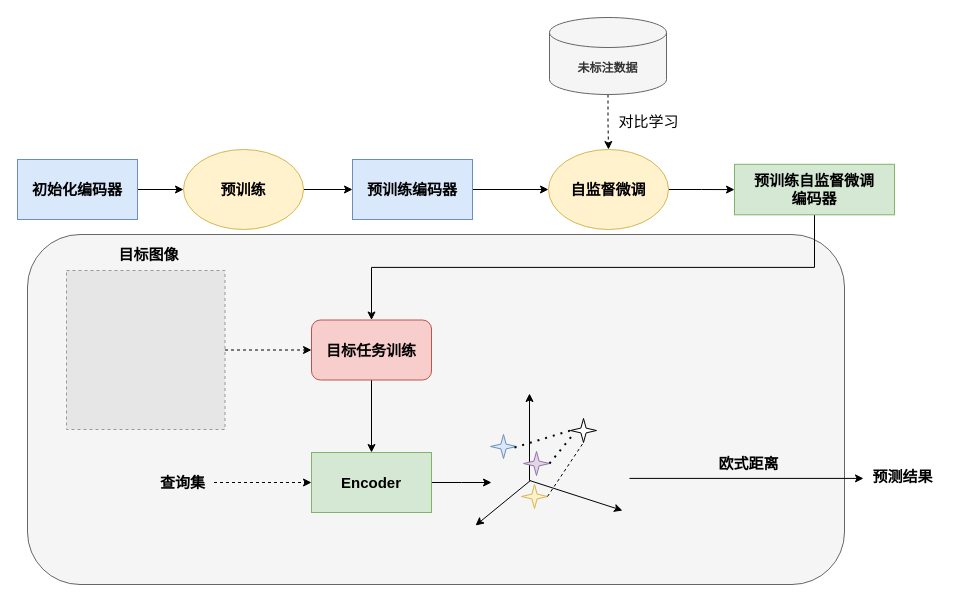
This is 自监督调参预训练网络.drawio from JMYok/wx_crossLearn, a draw.io file, before an edit. Source tidied: cells renumbered, new cells numbered last; positions are measured from the earlier drawing's top-left corner, leaving out a move shared by most shapes. Both pictures are drawn from the tidied source at 100%, with x=0, y=0 at pixel (17, 17). Pictures stored in the file or linked from it are replaced by grey dashed boxes.
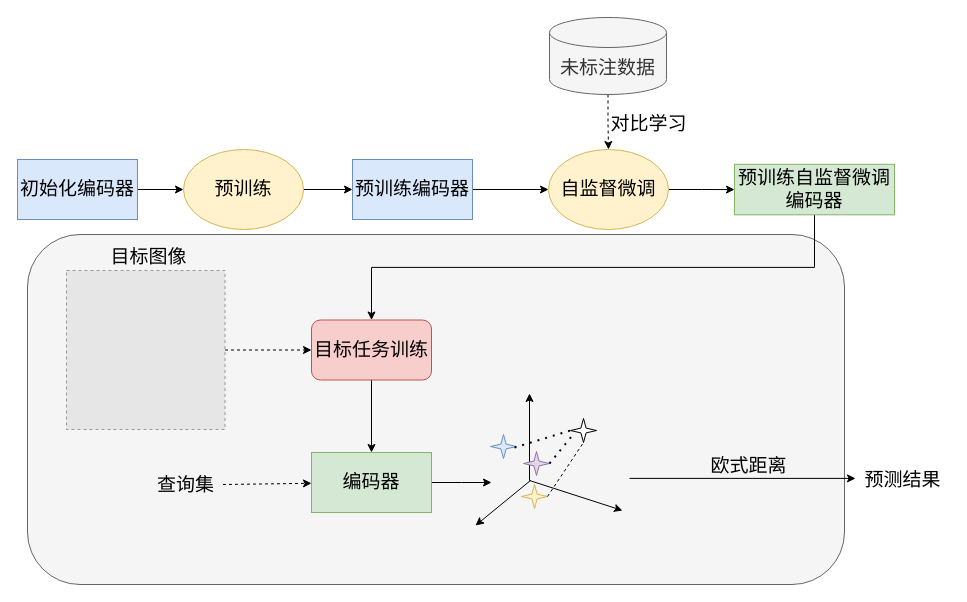
The same page after the edit.

Commit message:
Update 自监督调参预训练网络.drawio

What changed in the source:
```diff
@@
-    <mxCell id="4" value="&lt;b&gt;&lt;font style=&quot;font-size: 15px;&quot;&gt;初始化编码器&lt;/font&gt;&lt;/b&gt;" style="rounded=0;whiteSpace=wrap;html=1;fillColor=#dae8fc;strokeColor=#6c8ebf;" parent="1" vertex="1">
+    <mxCell id="4" value="&lt;span&gt;&lt;font&gt;初始化编码器&lt;/font&gt;&lt;/span&gt;" style="rounded=0;whiteSpace=wrap;html=1;fillColor=#dae8fc;strokeColor=#6c8ebf;fontStyle=0;fontFamily=SimSun;fontSize=19;" parent="1" vertex="1">
       <mxGeometry y="142" width="120" height="60" as="geometry" />
     </mxCell>
@@
-    <mxCell id="6" value="&lt;font style=&quot;font-size: 15px;&quot;&gt;&lt;b&gt;预训练&lt;/b&gt;&lt;/font&gt;" style="ellipse;whiteSpace=wrap;html=1;fillColor=#fff2cc;strokeColor=#d6b656;" parent="1" vertex="1">
+    <mxCell id="6" value="&lt;font&gt;&lt;span&gt;预训练&lt;/span&gt;&lt;/font&gt;" style="ellipse;whiteSpace=wrap;html=1;fillColor=#fff2cc;strokeColor=#d6b656;fontFamily=SimSun;fontSize=19;fontStyle=0;" parent="1" vertex="1">
       <mxGeometry x="166" y="132" width="120" height="80" as="geometry" />
     </mxCell>
@@
-    <mxCell id="8" value="&lt;b style=&quot;border-color: var(--border-color);&quot;&gt;&lt;font style=&quot;border-color: var(--border-color); font-size: 15px;&quot;&gt;预训练编码器&lt;/font&gt;&lt;/b&gt;" style="whiteSpace=wrap;html=1;fillColor=#dae8fc;strokeColor=#6c8ebf;" parent="1" vertex="1">
+    <mxCell id="8" value="&lt;span style=&quot;border-color: var(--border-color);&quot;&gt;&lt;font style=&quot;border-color: var(--border-color);&quot;&gt;预训练编码器&lt;/font&gt;&lt;/span&gt;" style="whiteSpace=wrap;html=1;fillColor=#dae8fc;strokeColor=#6c8ebf;fontStyle=0;fontSize=19;fontFamily=SimSun;" parent="1" vertex="1">
       <mxGeometry x="335" y="142" width="120" height="60" as="geometry" />
     </mxCell>
@@
-    <mxCell id="10" value="&lt;font style=&quot;font-size: 15px;&quot;&gt;&lt;b&gt;自监督微调&lt;/b&gt;&lt;/font&gt;" style="ellipse;whiteSpace=wrap;html=1;fillColor=#fff2cc;strokeColor=#d6b656;" parent="1" vertex="1">
+    <mxCell id="10" value="&lt;font&gt;&lt;span&gt;自监督微调&lt;/span&gt;&lt;/font&gt;" style="ellipse;whiteSpace=wrap;html=1;fillColor=#fff2cc;strokeColor=#d6b656;fontSize=19;fontFamily=SimSun;fontStyle=0;" parent="1" vertex="1">
       <mxGeometry x="531" y="132" width="120" height="80" as="geometry" />
     </mxCell>
@@
-    <mxCell id="12" value="&lt;b&gt;未标注数据&lt;/b&gt;" style="shape=cylinder3;whiteSpace=wrap;html=1;boundedLbl=1;backgroundOutline=1;size=15;fillColor=#f5f5f5;fontColor=#333333;strokeColor=#666666;" parent="1" vertex="1">
+    <mxCell id="12" value="&lt;span&gt;未标注数据&lt;/span&gt;" style="shape=cylinder3;whiteSpace=wrap;html=1;boundedLbl=1;backgroundOutline=1;size=15;fillColor=#f5f5f5;fontColor=#333333;strokeColor=#666666;fontSize=19;fontStyle=0;fontFamily=SimSun;" parent="1" vertex="1">
       <mxGeometry x="532" width="117" height="77" as="geometry" />
     </mxCell>
-    <mxCell id="13" value="&lt;span style=&quot;font-size: 15px;&quot;&gt;对比学习&lt;/span&gt;" style="text;html=1;align=center;verticalAlign=middle;strokeColor=none;fillColor=none;dashed=1;" parent="1" vertex="1">
-      <mxGeometry x="592" y="89" width="78" height="30" as="geometry" />
+    <mxCell id="13" value="&lt;span&gt;对比学习&lt;/span&gt;" style="text;html=1;align=center;verticalAlign=middle;strokeColor=none;fillColor=none;dashed=1;fontSize=19;fontFamily=SimSun;" parent="1" vertex="1">
+      <mxGeometry x="584" y="89" width="94" height="35" as="geometry" />
     </mxCell>
@@
-    <mxCell id="15" value="&lt;span style=&quot;font-size: 15px;&quot;&gt;&lt;b&gt;预训练自监督微调&lt;/b&gt;&lt;/span&gt;&lt;div&gt;&lt;span style=&quot;font-size: 15px;&quot;&gt;&lt;b&gt;编码器&lt;/b&gt;&lt;/span&gt;&lt;/div&gt;" style="whiteSpace=wrap;html=1;fillColor=#d5e8d4;strokeColor=#82b366;" parent="1" vertex="1">
+    <mxCell id="15" value="&lt;span&gt;&lt;span&gt;预训练自监督微调&lt;/span&gt;&lt;/span&gt;&lt;div&gt;&lt;span&gt;&lt;span&gt;编码器&lt;/span&gt;&lt;/span&gt;&lt;/div&gt;" style="whiteSpace=wrap;html=1;fillColor=#d5e8d4;strokeColor=#82b366;fontFamily=SimSun;fontSize=19;fontStyle=0;" parent="1" vertex="1">
       <mxGeometry x="717" y="146.8" width="160" height="50.5" as="geometry" />
     </mxCell>
@@
-    <mxCell id="19" value="&lt;b&gt;&lt;font style=&quot;font-size: 15px;&quot;&gt;目标任务训练&lt;/font&gt;&lt;/b&gt;" style="rounded=1;whiteSpace=wrap;html=1;fillColor=#f8cecc;strokeColor=#b85450;" parent="1" vertex="1">
+    <mxCell id="19" value="&lt;span&gt;&lt;font&gt;目标任务训练&lt;/font&gt;&lt;/span&gt;" style="rounded=1;whiteSpace=wrap;html=1;fillColor=#f8cecc;strokeColor=#b85450;fontSize=19;fontFamily=SimSun;fontStyle=0;" parent="1" vertex="1">
       <mxGeometry x="294" y="302.5" width="120" height="60" as="geometry" />
     </mxCell>
-    <mxCell id="20" value="&lt;b&gt;&lt;font style=&quot;font-size: 15px;&quot;&gt;目标图像&lt;/font&gt;&lt;/b&gt;" style="text;html=1;align=center;verticalAlign=middle;strokeColor=none;fillColor=none;" parent="1" vertex="1">
-      <mxGeometry x="92" y="222" width="78" height="30" as="geometry" />
+    <mxCell id="20" value="&lt;span&gt;&lt;font&gt;目标图像&lt;/font&gt;&lt;/span&gt;" style="text;html=1;align=center;verticalAlign=middle;strokeColor=none;fillColor=none;fontSize=19;fontFamily=SimSun;fontStyle=0;" parent="1" vertex="1">
+      <mxGeometry x="84" y="222" width="94" height="35" as="geometry" />
     </mxCell>
@@
-    <mxCell id="22" value="&lt;b style=&quot;border-color: var(--border-color);&quot;&gt;&lt;font style=&quot;border-color: var(--border-color); font-size: 15px;&quot;&gt;Encoder&lt;/font&gt;&lt;/b&gt;" style="whiteSpace=wrap;html=1;fillColor=#d5e8d4;strokeColor=#82b366;" parent="1" vertex="1">
+    <mxCell id="22" value="&lt;span&gt;&lt;span&gt;编码器&lt;/span&gt;&lt;/span&gt;" style="whiteSpace=wrap;html=1;fillColor=#d5e8d4;strokeColor=#82b366;fontStyle=0;fontFamily=SimSun;fontSize=19;" parent="1" vertex="1">
       <mxGeometry x="294" y="435" width="120" height="60" as="geometry" />
     </mxCell>
-    <mxCell id="23" style="edgeStyle=orthogonalEdgeStyle;rounded=0;jettySize=auto;html=1;dashed=1;" parent="1" edge="1" source="24" target="22">
+    <mxCell id="23" style="rounded=0;jettySize=auto;html=1;dashed=1;" parent="1" edge="1" source="24" target="22">
       <mxGeometry relative="1" as="geometry" />
     </mxCell>
-    <mxCell id="24" value="&lt;b&gt;&lt;font style=&quot;font-size: 15px;&quot;&gt;查询集&lt;/font&gt;&lt;/b&gt;" style="text;html=1;align=center;verticalAlign=middle;points=[];strokeColor=none;fillColor=none;" parent="1" vertex="1">
-      <mxGeometry x="133.5" y="450" width="63" height="30" as="geometry" />
+    <mxCell id="24" value="&lt;span&gt;&lt;font&gt;查询集&lt;/font&gt;&lt;/span&gt;" style="text;html=1;align=center;verticalAlign=middle;points=[];strokeColor=none;fillColor=none;fontStyle=0;fontSize=19;fontFamily=SimSun;" parent="1" vertex="1">
+      <mxGeometry x="130.5" y="450" width="75" height="35" as="geometry" />
     </mxCell>
-    <mxCell id="25" value="&lt;font style=&quot;font-size: 15px;&quot;&gt;&lt;b&gt;预测结果&lt;/b&gt;&lt;/font&gt;" style="text;html=1;align=center;verticalAlign=middle;points=[];strokeColor=none;fillColor=none;" parent="1" vertex="1">
-      <mxGeometry x="846" y="444" width="78" height="30" as="geometry" />
+    <mxCell id="25" value="&lt;font&gt;&lt;span&gt;预测结果&lt;/span&gt;&lt;/font&gt;" style="text;html=1;align=center;verticalAlign=middle;points=[];strokeColor=none;fillColor=none;fontFamily=SimSun;fontSize=19;fontStyle=0;" parent="1" vertex="1">
+      <mxGeometry x="838" y="445" width="94" height="35" as="geometry" />
     </mxCell>
@@
-    <mxCell id="37" value="&lt;b&gt;&lt;font style=&quot;font-size: 15px;&quot;&gt;欧式距离&lt;/font&gt;&lt;/b&gt;" style="text;html=1;align=center;verticalAlign=middle;strokeColor=none;fillColor=none;" parent="1" vertex="1">
-      <mxGeometry x="692" y="431" width="78" height="30" as="geometry" />
+    <mxCell id="37" value="&lt;span&gt;&lt;font&gt;欧式距离&lt;/font&gt;&lt;/span&gt;" style="text;html=1;align=center;verticalAlign=middle;strokeColor=none;fillColor=none;fontSize=19;fontStyle=0;fontFamily=SimSun;" parent="1" vertex="1">
+      <mxGeometry x="684" y="431" width="94" height="35" as="geometry" />
     </mxCell>
```
